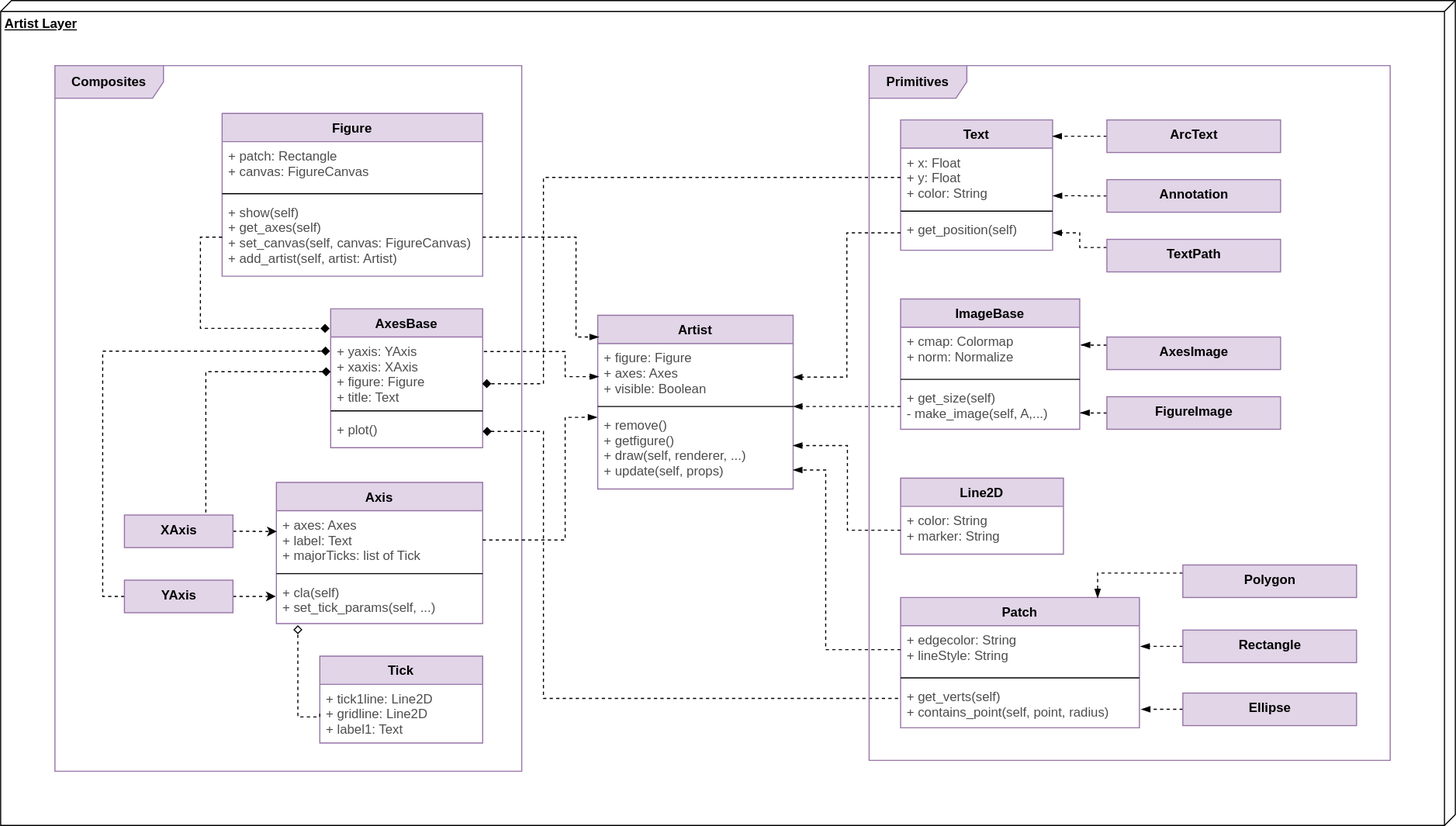
Before: deliverable/3/img/UML_Artist_Layer.svg, a diagram exported from draw.io (CSCD01/team_04-project). Source tidied: cells renumbered, new cells last; positions are measured from the earlier drawing's top-left corner, leaving out a move shared by most shapes.
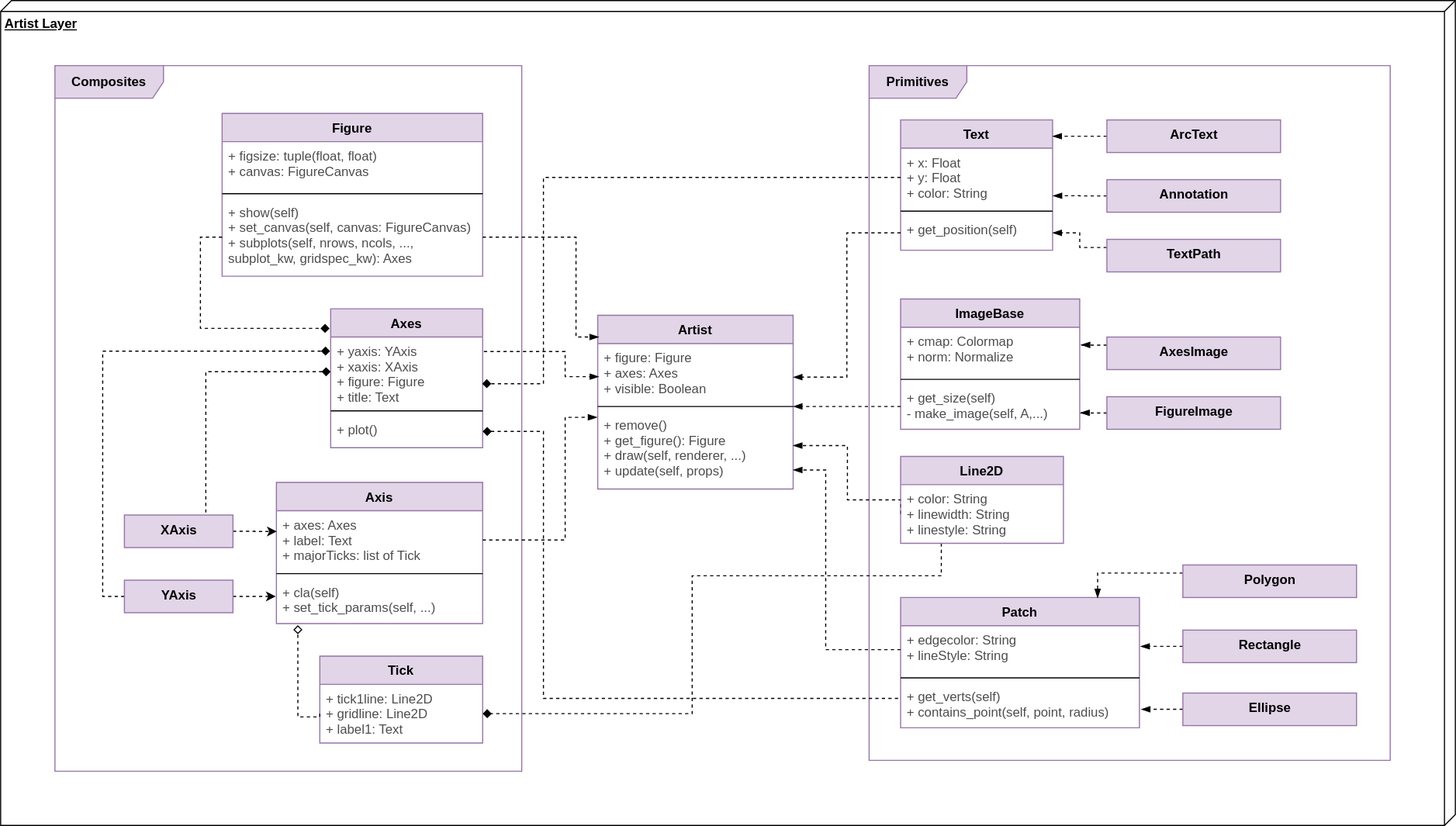
The same file after the commit.

Commit message:
Updating architecture for artist layer

What changed in the source:
```diff
@@ -5,6 +5,9 @@
     <mxCell id="2" value="&lt;b&gt;&lt;font&gt;Artist Layer&lt;/font&gt;&lt;/b&gt;" style="verticalAlign=top;align=left;spacingTop=8;spacingLeft=2;spacingRight=12;shape=cube;size=10;direction=south;fontStyle=4;html=1;fontFamily=Helvetica;" parent="1" vertex="1">
       <mxGeometry width="1340" height="760" as="geometry" />
     </mxCell>
+    <mxCell id="69" value="Primitives" style="shape=umlFrame;whiteSpace=wrap;html=1;width=90;height=30;strokeColor=#9673a6;fillColor=#e1d5e7;fontStyle=1;fontFamily=Helvetica;" parent="1" vertex="1">
+      <mxGeometry x="800" y="60" width="480" height="640" as="geometry" />
+    </mxCell>
     <mxCell id="3" value="Composites" style="shape=umlFrame;whiteSpace=wrap;html=1;width=100;height=30;strokeColor=#9673a6;fillColor=#e1d5e7;fontStyle=1;fontFamily=Helvetica;" parent="1" vertex="1">
       <mxGeometry x="50" y="60" width="430" height="650" as="geometry" />
     </mxCell>
@@ -17,7 +20,7 @@
     <mxCell id="6" style="line;strokeWidth=1;fillColor=none;align=left;verticalAlign=middle;spacingTop=-1;spacingLeft=3;spacingRight=3;labelPosition=right;points=[];portConstraint=eastwest;fontFamily=Helvetica;" parent="4" vertex="1">
       <mxGeometry y="80" width="180" height="8" as="geometry" />
     </mxCell>
-    <mxCell id="7" value="+ remove()&#10;+ getfigure()&#10;+ draw(self, renderer, ...)&#10;+ update(self, props)" style="text;strokeColor=none;fillColor=none;align=left;verticalAlign=top;spacingLeft=4;spacingRight=4;overflow=hidden;points=[[0,0.5],[1,0.5]];portConstraint=eastwest;fontFamily=Helvetica;fontColor=#4D4D4D;" parent="4" vertex="1">
+    <mxCell id="7" value="+ remove()&#10;+ get_figure(): Figure&#10;+ draw(self, renderer, ...)&#10;+ update(self, props)" style="text;strokeColor=none;fillColor=none;align=left;verticalAlign=top;spacingLeft=4;spacingRight=4;overflow=hidden;points=[[0,0.5],[1,0.5]];portConstraint=eastwest;fontFamily=Helvetica;fontColor=#4D4D4D;" parent="4" vertex="1">
       <mxGeometry y="88" width="180" height="72" as="geometry" />
     </mxCell>
     <mxCell id="8" value="Patch" style="swimlane;fontStyle=1;align=center;verticalAlign=top;horizontal=1;startSize=26;fontFamily=Helvetica;strokeColor=#9673a6;fillColor=#e1d5e7;" parent="1" vertex="1">
@@ -71,7 +74,7 @@
     <mxCell id="24" value="YAxis" style="html=1;fontFamily=Helvetica;fillColor=#e1d5e7;strokeColor=#9673a6;fontStyle=1;verticalAlign=top;" parent="1" vertex="1">
       <mxGeometry x="114" y="534" width="100" height="30" as="geometry" />
     </mxCell>
-    <mxCell id="25" value="AxesBase" style="swimlane;fontStyle=1;align=center;verticalAlign=top;horizontal=1;startSize=26;fontFamily=Helvetica;strokeColor=#9673a6;fillColor=#e1d5e7;" parent="1" vertex="1">
+    <mxCell id="25" value="Axes" style="swimlane;fontStyle=1;align=center;verticalAlign=top;horizontal=1;startSize=26;fontFamily=Helvetica;strokeColor=#9673a6;fillColor=#e1d5e7;" parent="1" vertex="1">
       <mxGeometry x="304" y="284" width="140" height="128" as="geometry" />
     </mxCell>
     <mxCell id="26" value="+ yaxis: YAxis&#10;+ xaxis: XAxis&#10;+ figure: Figure&#10;+ title: Text" style="text;strokeColor=none;fillColor=none;align=left;verticalAlign=top;spacingLeft=4;spacingRight=4;overflow=hidden;points=[[0,0.5],[1,0.5]];portConstraint=eastwest;fontFamily=Helvetica;fontColor=#4D4D4D;" parent="25" vertex="1">
@@ -86,21 +89,15 @@
     <mxCell id="29" value="Figure" style="swimlane;fontStyle=1;align=center;verticalAlign=top;horizontal=1;startSize=26;strokeColor=#9673a6;fillColor=#e1d5e7;fontFamily=Helvetica;" parent="1" vertex="1">
       <mxGeometry x="204" y="104" width="240" height="150" as="geometry" />
     </mxCell>
-    <mxCell id="30" value="+ patch: Rectangle&#10;+ canvas: FigureCanvas&#10;" style="text;strokeColor=none;fillColor=none;align=left;verticalAlign=top;spacingLeft=4;spacingRight=4;overflow=hidden;fontFamily=Helvetica;fontColor=#4D4D4D;" parent="29" vertex="1">
+    <mxCell id="30" value="+ figsize: tuple(float, float)&#10;+ canvas: FigureCanvas&#10;" style="text;strokeColor=none;fillColor=none;align=left;verticalAlign=top;spacingLeft=4;spacingRight=4;overflow=hidden;fontFamily=Helvetica;fontColor=#4D4D4D;" parent="29" vertex="1">
       <mxGeometry y="26" width="240" height="44" as="geometry" />
     </mxCell>
     <mxCell id="31" style="line;strokeWidth=1;fillColor=none;align=left;verticalAlign=middle;spacingTop=-1;spacingLeft=3;spacingRight=3;labelPosition=right;fontFamily=Helvetica;" parent="29" vertex="1">
       <mxGeometry y="70" width="240" height="8" as="geometry" />
     </mxCell>
-    <mxCell id="32" value="+ show(self)&#10;+ get_axes(self)&#10;+ set_canvas(self, canvas: FigureCanvas)&#10;+ add_artist(self, artist: Artist)" style="text;strokeColor=none;fillColor=none;align=left;verticalAlign=top;spacingLeft=4;spacingRight=4;overflow=hidden;points=[[0,0.5],[1,0.5]];portConstraint=eastwest;fontFamily=Helvetica;fontColor=#4D4D4D;" parent="29" vertex="1">
+    <mxCell id="32" value="+ show(self)&#10;+ set_canvas(self, canvas: FigureCanvas)&#10;+ subplots(self, nrows, ncols, ..., &#10;subplot_kw, gridspec_kw): Axes&#10;" style="text;strokeColor=none;fillColor=none;align=left;verticalAlign=top;spacingLeft=4;spacingRight=4;overflow=hidden;points=[[0,0.5],[1,0.5]];portConstraint=eastwest;fontFamily=Helvetica;fontColor=#4D4D4D;" parent="29" vertex="1">
       <mxGeometry y="78" width="240" height="72" as="geometry" />
     </mxCell>
-    <mxCell id="33" value="Line2D" style="swimlane;fontStyle=1;horizontal=1;startSize=26;fillColor=#e1d5e7;strokeColor=#9673a6;fontFamily=Helvetica;fontColor=#000000;verticalAlign=top;" parent="1" vertex="1">
-      <mxGeometry x="829" y="440" width="150" height="70" as="geometry" />
-    </mxCell>
-    <mxCell id="34" value="+ color: String&#10;+ marker: String" style="text;strokeColor=none;fillColor=none;align=left;verticalAlign=top;spacingLeft=4;spacingRight=4;overflow=hidden;points=[[0,0.5],[1,0.5]];portConstraint=eastwest;fontColor=#4D4D4D;fontFamily=Helvetica;" parent="33" vertex="1">
-      <mxGeometry y="26" width="150" height="44" as="geometry" />
-    </mxCell>
     <mxCell id="35" value="Tick" style="swimlane;fontStyle=1;horizontal=1;startSize=26;fillColor=#e1d5e7;strokeColor=#9673a6;fontFamily=Helvetica;fontColor=#000000;verticalAlign=top;" parent="1" vertex="1">
       <mxGeometry x="294" y="604" width="150" height="80" as="geometry" />
     </mxCell>
@@ -218,7 +215,8 @@
     <mxCell id="65" style="edgeStyle=orthogonalEdgeStyle;rounded=0;jettySize=auto;html=1;exitX=0;exitY=0.5;exitDx=0;exitDy=0;entryX=1;entryY=0.75;entryDx=0;entryDy=0;dashed=1;startArrow=none;startFill=0;endArrow=blockThin;endFill=1;fontFamily=Helvetica;" parent="1" edge="1" source="34" target="4">
       <mxGeometry relative="1" as="geometry">
         <Array as="points">
-          <mxPoint x="780" y="488" />
+          <mxPoint x="829" y="460" />
+          <mxPoint x="780" y="460" />
           <mxPoint x="780" y="410" />
         </Array>
       </mxGeometry>
@@ -247,8 +245,21 @@
         </Array>
       </mxGeometry>
     </mxCell>
-    <mxCell id="69" value="Primitives" style="shape=umlFrame;whiteSpace=wrap;html=1;width=90;height=30;strokeColor=#9673a6;fillColor=#e1d5e7;fontStyle=1;fontFamily=Helvetica;" parent="1" vertex="1">
-      <mxGeometry x="800" y="60" width="480" height="640" as="geometry" />
-    </mxCell>
+    <mxCell id="70" style="edgeStyle=orthogonalEdgeStyle;rounded=0;jettySize=auto;html=1;exitX=0.25;exitY=1;exitDx=0;exitDy=0;endArrow=diamond;endFill=1;dashed=1;" parent="1" edge="1" source="33">
+      <mxGeometry relative="1" as="geometry">
+        <mxPoint x="444" y="657" as="targetPoint" />
+        <Array as="points">
+          <mxPoint x="867" y="530" />
+          <mxPoint x="637" y="530" />
+          <mxPoint x="637" y="657" />
+        </Array>
+      </mxGeometry>
+    </mxCell>
+    <mxCell id="33" value="Line2D" style="swimlane;fontStyle=1;horizontal=1;startSize=26;fillColor=#e1d5e7;strokeColor=#9673a6;fontFamily=Helvetica;fontColor=#000000;verticalAlign=top;" parent="1" vertex="1">
+      <mxGeometry x="829" y="420" width="150" height="80" as="geometry" />
+    </mxCell>
+    <mxCell id="34" value="+ color: String&#10;+ linewidth: String&#10;+ linestyle: String" style="text;strokeColor=none;fillColor=none;align=left;verticalAlign=top;spacingLeft=4;spacingRight=4;overflow=hidden;points=[[0,0.5],[1,0.5]];portConstraint=eastwest;fontColor=#4D4D4D;fontFamily=Helvetica;" parent="33" vertex="1">
+      <mxGeometry y="26" width="150" height="54" as="geometry" />
+    </mxCell>
   </root>
 </mxGraphModel>
```
